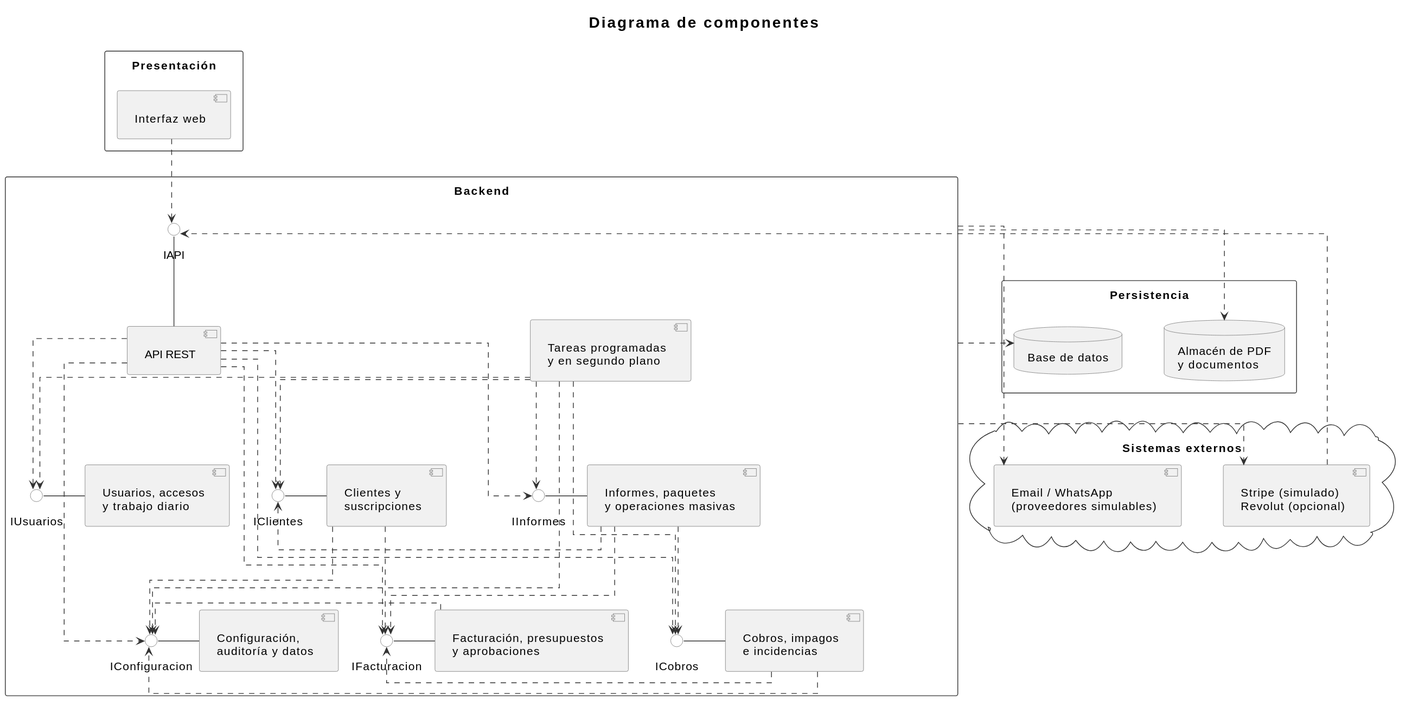
Above: Diagramas/diagrama_de_componentes/diagrama_de_componentes.svg in EVerjanoPerez/Grupo-Al-khwarizmi (PlantUML), before the change.
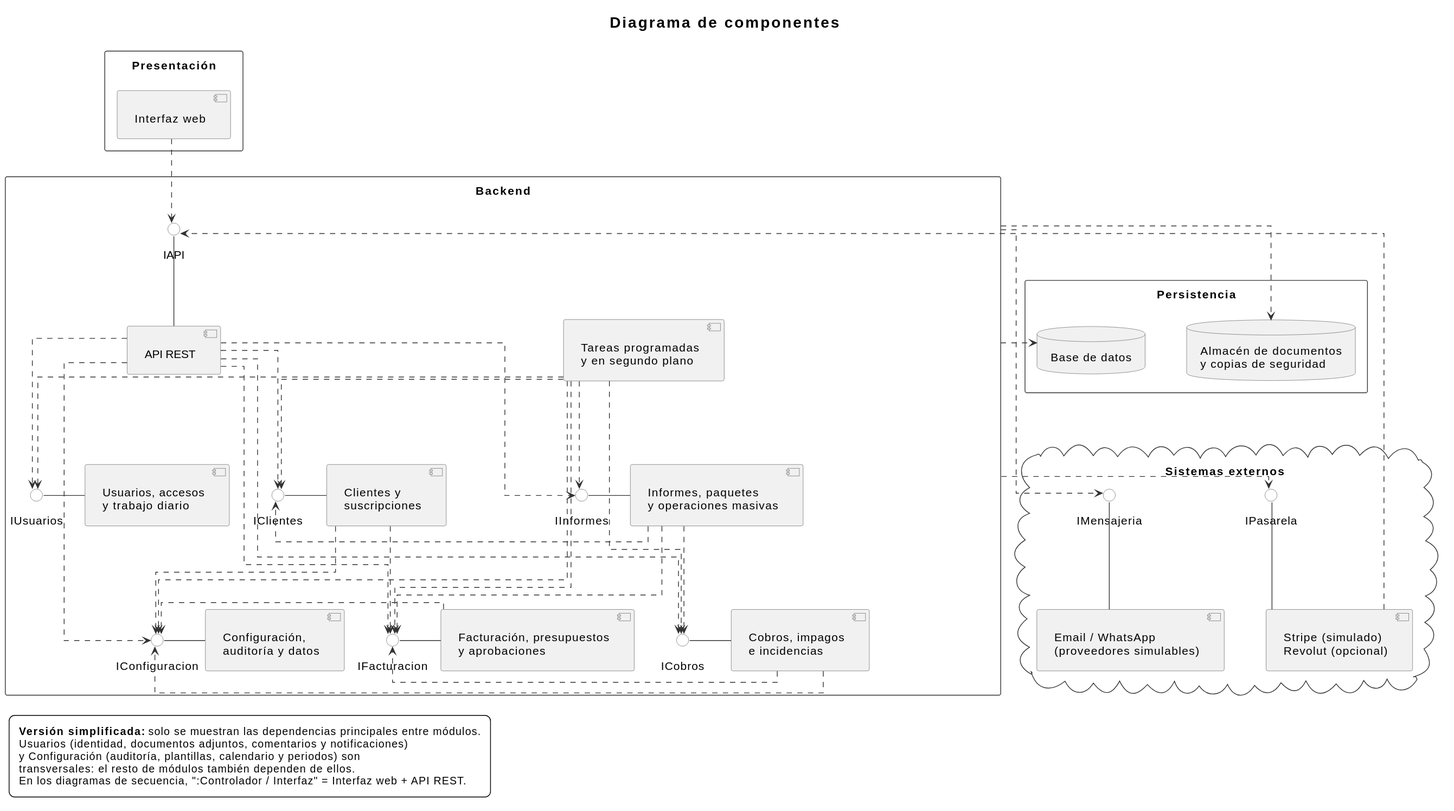
The same file after the commit.

Commit message:
Pequeño cambio en la relacion entre Tareas -> Ifacturacion del diagrama de componentes, además de añadir una leyenda indicando que faltas algunas relaciones que son prescindibles

What changed in the source:
```diff
@@ -78,12 +78,14 @@
 
 package "Persistencia" {
   database "Base de datos" as BD
-  database "Almacén de PDF\ny documentos" as Documentos
+  database "Almacén de documentos\ny copias de seguridad" as Documentos
 }
 
 cloud "Sistemas externos" {
   [Email / WhatsApp\n(proveedores simulables)] as Mensajeria
+  () "IMensajeria" as IMensajeria
   [Stripe (simulado)\nRevolut (opcional)] as Pasarela
+  () "IPasarela" as IPasarela
 }
 
 IAPI -down- API
@@ -93,6 +95,8 @@
 ICobros -right- Cobros
 IInformes -right- Informes
 IConfiguracion -right- Configuracion
+IMensajeria -down- Mensajeria
+IPasarela -down- Pasarela
 
 Web -[dashed,norank]-> IAPI
 API -[dashed,norank]-> IUsuarios
@@ -104,6 +108,7 @@
 
 Tareas -[dashed,norank]-> IUsuarios
 Tareas -[dashed,norank]-> IClientes
+Tareas -[dashed,norank]-> IFacturacion
 Tareas -[dashed,norank]-> ICobros
 Tareas -[dashed,norank]-> IInformes
 Tareas -[dashed,norank]-> IConfiguracion
@@ -120,8 +125,8 @@
 Backend -[dashed,norank]-> BD
 Backend -[dashed,norank]-> Documentos
 
-Backend -[dashed,norank]-> Mensajeria
-Backend -[dashed,norank]-> Pasarela
+Backend -[dashed,norank]-> IMensajeria
+Backend -[dashed,norank]-> IPasarela
 Pasarela -[dashed,norank]-> IAPI
 
 Web -[hidden]down- IAPI
@@ -140,9 +145,18 @@
 Facturacion -[hidden]right- Cobros
 IFacturacion -[hidden]right- ICobros
 Tareas -[hidden]right- BD
-Informes -[hidden]right- Mensajeria
+Informes -[hidden]right- IMensajeria
 BD -[hidden]right- Documentos
 Mensajeria -[hidden]right- Pasarela
-BD -[hidden]down- Mensajeria
-Documentos -[hidden]down- Pasarela
+BD -[hidden]down- IMensajeria
+Documentos -[hidden]down- IPasarela
+IMensajeria -[hidden]right- IPasarela
+
+legend bottom left
+  <b>Versión simplificada:</b> solo se muestran las dependencias principales entre módulos.
+  Usuarios (identidad, documentos adjuntos, comentarios y notificaciones)
+  y Configuración (auditoría, plantillas, calendario y periodos) son
+  transversales: el resto de módulos también dependen de ellos.
+  En los diagramas de secuencia, ":Controlador / Interfaz" = Interfaz web + API REST.
+endlegend
 @enduml
```
